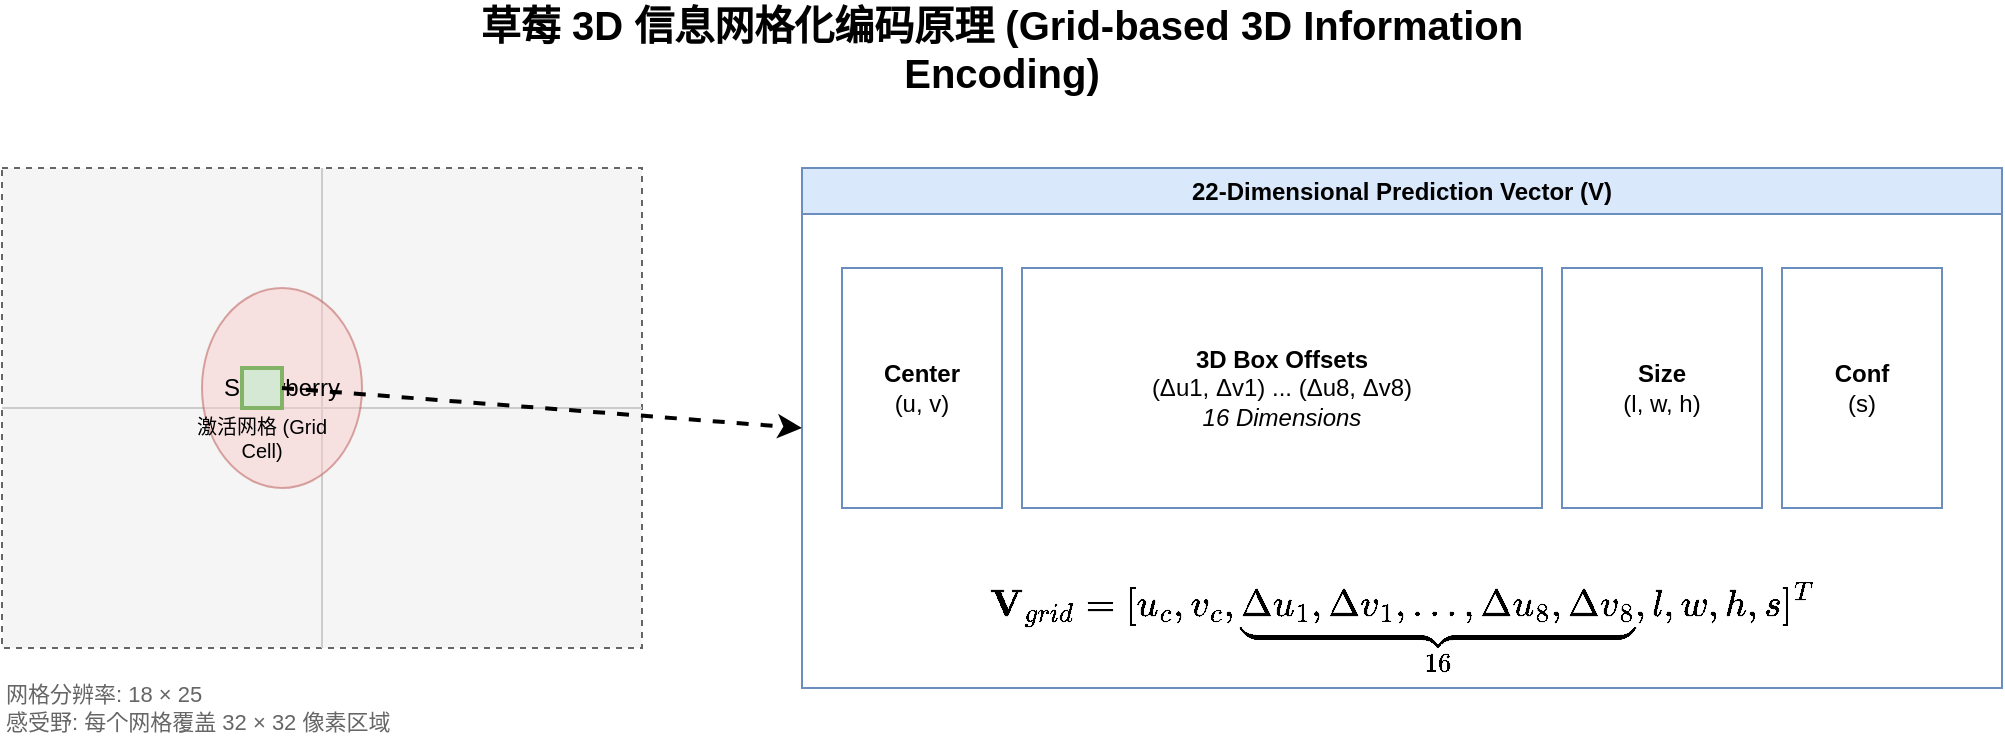
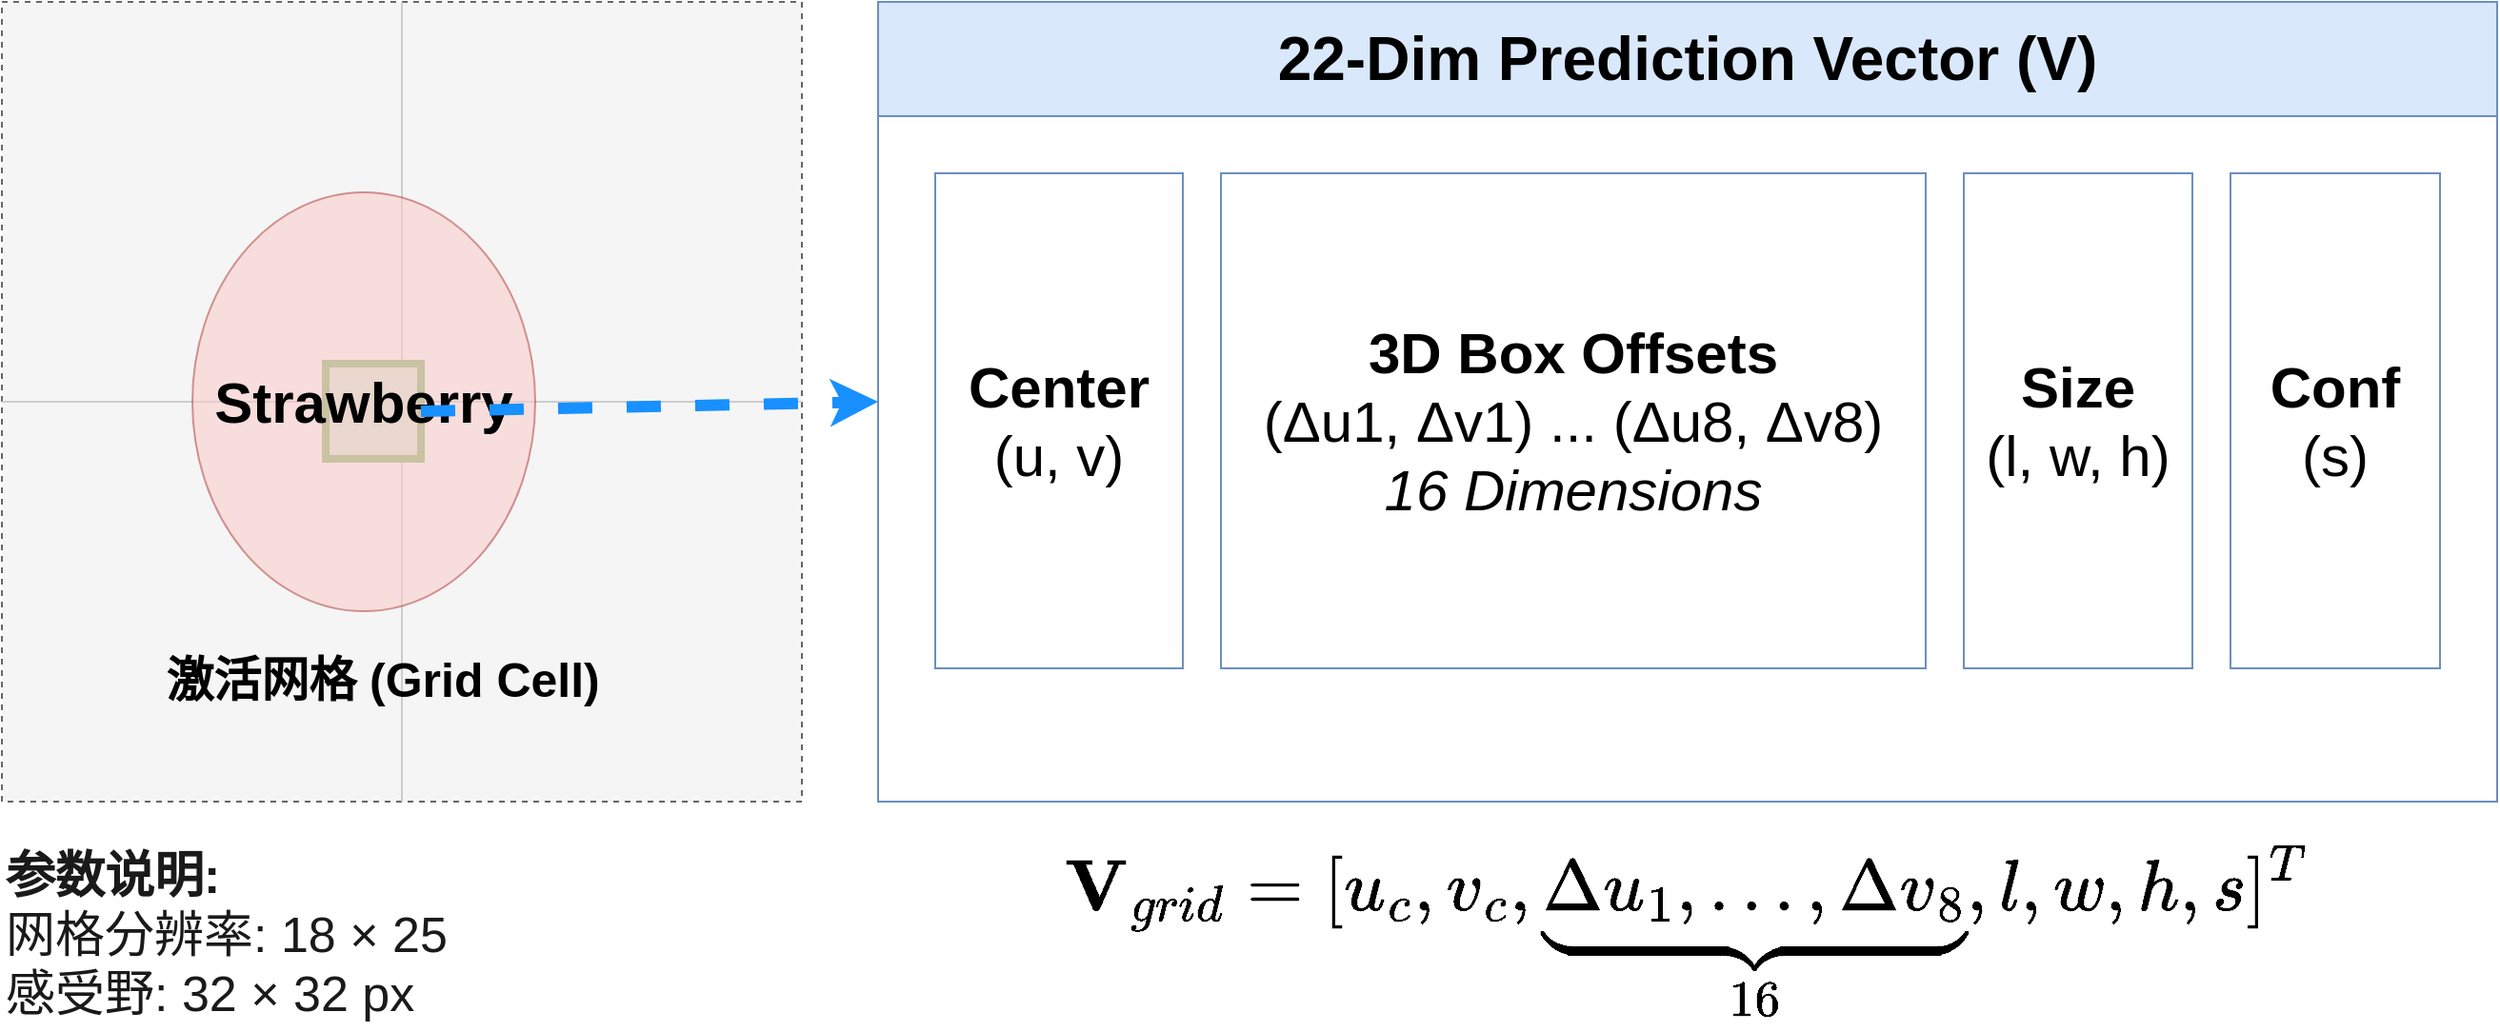
- <mxfile host="65bd71144e">
-     <diagram id="vector-encoding" name="Grid Encoding Logic">
-         <mxGraphModel dx="1422" dy="794" grid="1" gridSize="10" guides="1" tooltips="1" connect="1" arrows="1" fold="1" page="1" pageScale="1" pageWidth="1169" pageHeight="827" math="1" shadow="0">
-             <root>
-                 <mxCell id="0"/>
-                 <mxCell id="1" parent="0"/>
- 
-                 <mxCell id="vt" value="草莓 3D 信息网格化编码原理 (Grid-based 3D Information Encoding)" style="text;html=1;strokeColor=none;fillColor=none;align=center;verticalAlign=middle;whiteSpace=wrap;rounded=0;fontSize=20;fontStyle=1;" vertex="1" parent="1">
-                     <mxGeometry x="280" y="40" width="600" height="40" as="geometry"/>
-                 </mxCell>
- 
-                 <!-- Grid Illustration -->
-                 <mxCell id="grid-bg" value="" style="whiteSpace=wrap;html=1;aspect=fixed;fillColor=#f5f5f5;strokeColor=#666666;dashed=1;" vertex="1" parent="1">
-                     <mxGeometry x="80" y="120" width="320" height="240" as="geometry"/>
-                 </mxCell>
-                 <mxCell id="grid-line-h" value="" style="line;strokeWidth=1;fillColor=none;align=left;verticalAlign=middle;spacingLeft=20;spacingRight=20;strokeColor=#cccccc;direction=south" vertex="1" parent="1">
-                     <mxGeometry x="80" y="120" width="320" height="240" as="geometry"/>
-                 </mxCell>
-                 <mxCell id="grid-line-v" value="" style="line;strokeWidth=1;fillColor=none;align=left;verticalAlign=middle;spacingLeft=20;spacingRight=20;strokeColor=#cccccc;direction=east" vertex="1" parent="1">
-                     <mxGeometry x="80" y="120" width="320" height="240" as="geometry"/>
-                 </mxCell>
- 
-                 <mxCell id="strawberry" value="Strawberry" style="ellipse;whiteSpace=wrap;html=1;fillColor=#f8cecc;strokeColor=#b85450;opacity=50;" vertex="1" parent="1">
-                     <mxGeometry x="180" y="180" width="80" height="100" as="geometry"/>
-                 </mxCell>
- 
-                 <mxCell id="active-cell" value="" style="rounded=0;whiteSpace=wrap;html=1;fillColor=#d5e8d4;strokeColor=#82b366;strokeWidth=2;" vertex="1" parent="1">
-                     <mxGeometry x="200" y="220" width="20" height="20" as="geometry"/>
-                 </mxCell>
-                 <mxCell id="ann1" value="激活网格 (Grid Cell)" style="text;html=1;align=center;verticalAlign=middle;whiteSpace=wrap;rounded=0;fontSize=10;" vertex="1" parent="1">
-                     <mxGeometry x="170" y="245" width="80" height="20" as="geometry"/>
-                 </mxCell>
- 
-                 <!-- Vector Breakdown -->
-                 <mxCell id="vector-box" value="&lt;b&gt;22-Dimensional Prediction Vector (V)&lt;/b&gt;" style="swimlane;whiteSpace=wrap;html=1;fillColor=#dae8fc;strokeColor=#6c8ebf;" vertex="1" parent="1">
-                     <mxGeometry x="480" y="120" width="600" height="260" as="geometry"/>
-                 </mxCell>
- 
-                 <!-- Vector segments -->
-                 <mxCell id="v1" value="&lt;b&gt;Center&lt;/b&gt;&lt;br&gt;(u, v)" style="rounded=0;whiteSpace=wrap;html=1;fillColor=#ffffff;strokeColor=#6c8ebf;" vertex="1" parent="vector-box">
-                     <mxGeometry x="20" y="50" width="80" height="120" as="geometry"/>
-                 </mxCell>
-                 <mxCell id="v2" value="&lt;b&gt;3D Box Offsets&lt;/b&gt;&lt;br&gt;(Δu1, Δv1) ... (Δu8, Δv8)&lt;br&gt;&lt;i&gt;16 Dimensions&lt;/i&gt;" style="rounded=0;whiteSpace=wrap;html=1;fillColor=#ffffff;strokeColor=#6c8ebf;" vertex="1" parent="vector-box">
-                     <mxGeometry x="110" y="50" width="260" height="120" as="geometry"/>
-                 </mxCell>
-                 <mxCell id="v3" value="&lt;b&gt;Size&lt;/b&gt;&lt;br&gt;(l, w, h)" style="rounded=0;whiteSpace=wrap;html=1;fillColor=#ffffff;strokeColor=#6c8ebf;" vertex="1" parent="vector-box">
-                     <mxGeometry x="380" y="50" width="100" height="120" as="geometry"/>
-                 </mxCell>
-                 <mxCell id="v4" value="&lt;b&gt;Conf&lt;/b&gt;&lt;br&gt;(s)" style="rounded=0;whiteSpace=wrap;html=1;fillColor=#ffffff;strokeColor=#6c8ebf;" vertex="1" parent="vector-box">
-                     <mxGeometry x="490" y="50" width="80" height="120" as="geometry"/>
-                 </mxCell>
- 
-                 <mxCell id="conn" value="" style="endArrow=classic;html=1;exitX=1;exitY=0.5;exitDx=0;exitDy=0;entryX=0;entryY=0.5;entryDx=0;entryDy=0;strokeWidth=2;dashed=1;" edge="1" parent="1" source="active-cell" target="vector-box">
-                     <mxGeometry width="50" height="50" relative="1" as="geometry"/>
-                 </mxCell>
- 
-                 <!-- Formula -->
-                 <mxCell id="formula" value="$$ \mathbf{V}_{grid} = [u_c, v_c, \underbrace{\Delta u_1, \Delta v_1, \dots, \Delta u_8, \Delta v_8}_{16}, l, w, h, s]^T $$" style="text;html=1;align=center;verticalAlign=middle;whiteSpace=wrap;rounded=0;fontSize=16;" vertex="1" parent="1">
-                     <mxGeometry x="480" y="330" width="600" height="40" as="geometry"/>
-                 </mxCell>
- 
-                 <mxCell id="note" value="网格分辨率: 18 × 25&lt;br&gt;感受野: 每个网格覆盖 32 × 32 像素区域" style="text;html=1;strokeColor=none;fillColor=none;align=left;verticalAlign=middle;whiteSpace=wrap;rounded=0;fontSize=11;fontColor=#666666;" vertex="1" parent="1">
-                     <mxGeometry x="80" y="370" width="220" height="40" as="geometry"/>
-                 </mxCell>
-             </root>
-         </mxGraphModel>
-     </diagram>
- </mxfile>+ <mxfile host="Electron" agent="Mozilla/5.0 (Windows NT 10.0; Win64; x64) AppleWebKit/537.36 (KHTML, like Gecko) draw.io/26.0.16 Chrome/132.0.6834.196 Electron/34.2.0 Safari/537.36" version="26.0.16">
+   <diagram id="vector-encoding" name="Grid Encoding Logic">
+     <mxGraphModel dx="1421" dy="1009" grid="1" gridSize="10" guides="1" tooltips="1" connect="1" arrows="1" fold="1" page="1" pageScale="1" pageWidth="1350" pageHeight="750" math="1" shadow="0">
+       <root>
+         <mxCell id="0" />
+         <mxCell id="1" parent="0" />
+         <mxCell id="grid-bg" value="" style="whiteSpace=wrap;html=1;aspect=fixed;fillColor=#f5f5f5;strokeColor=#666666;dashed=1;" parent="1" vertex="1">
+           <mxGeometry x="20" y="50" width="420" height="420" as="geometry" />
+         </mxCell>
+         <mxCell id="grid-line-h" value="" style="line;strokeWidth=1;fillColor=none;align=left;verticalAlign=middle;spacingLeft=20;spacingRight=20;strokeColor=#cccccc;direction=south" parent="1" vertex="1">
+           <mxGeometry x="20" y="50" width="420" height="420" as="geometry" />
+         </mxCell>
+         <mxCell id="grid-line-v" value="" style="line;strokeWidth=1;fillColor=none;align=left;verticalAlign=middle;spacingLeft=20;spacingRight=20;strokeColor=#cccccc;direction=east" parent="1" vertex="1">
+           <mxGeometry x="20" y="50" width="420" height="420" as="geometry" />
+         </mxCell>
+         <mxCell id="active-cell" value="" style="rounded=0;whiteSpace=wrap;html=1;fillColor=#d5e8d4;strokeColor=#82b366;strokeWidth=4;" parent="1" vertex="1">
+           <mxGeometry x="190" y="240" width="50" height="50" as="geometry" />
+         </mxCell>
+         <mxCell id="strawberry" value="Strawberry" style="ellipse;whiteSpace=wrap;html=1;fillColor=#f8cecc;strokeColor=#b85450;opacity=60;fontSize=30;fontStyle=1;" parent="1" vertex="1">
+           <mxGeometry x="120" y="150" width="180" height="220" as="geometry" />
+         </mxCell>
+         <mxCell id="ann1" value="激活网格 (Grid Cell)" style="text;html=1;align=center;verticalAlign=middle;whiteSpace=wrap;rounded=0;fontSize=25;fontStyle=1;" parent="1" vertex="1">
+           <mxGeometry x="100" y="380" width="240" height="50" as="geometry" />
+         </mxCell>
+         <mxCell id="vector-box" value="22-Dim Prediction Vector (V)" style="swimlane;whiteSpace=wrap;html=1;fillColor=#dae8fc;strokeColor=#6c8ebf;fontSize=32;fontStyle=1;startSize=60;" parent="1" vertex="1">
+           <mxGeometry x="480" y="50" width="850" height="420" as="geometry" />
+         </mxCell>
+         <mxCell id="v1" value="&lt;b&gt;Center&lt;/b&gt;&lt;br&gt;(u, v)" style="rounded=0;whiteSpace=wrap;html=1;fillColor=#ffffff;strokeColor=#6c8ebf;fontSize=30;" parent="vector-box" vertex="1">
+           <mxGeometry x="30" y="90" width="130" height="260" as="geometry" />
+         </mxCell>
+         <mxCell id="v2" value="&lt;b&gt;3D Box Offsets&lt;/b&gt;&lt;br&gt;(Δu1, Δv1) ... (Δu8, Δv8)&lt;br&gt;&lt;i&gt;16 Dimensions&lt;/i&gt;" style="rounded=0;whiteSpace=wrap;html=1;fillColor=#ffffff;strokeColor=#6c8ebf;fontSize=30;" parent="vector-box" vertex="1">
+           <mxGeometry x="180" y="90" width="370" height="260" as="geometry" />
+         </mxCell>
+         <mxCell id="v3" value="&lt;b&gt;Size&lt;/b&gt;&lt;br&gt;(l, w, h)" style="rounded=0;whiteSpace=wrap;html=1;fillColor=#ffffff;strokeColor=#6c8ebf;fontSize=30;" parent="vector-box" vertex="1">
+           <mxGeometry x="570" y="90" width="120" height="260" as="geometry" />
+         </mxCell>
+         <mxCell id="v4" value="&lt;b&gt;Conf&lt;/b&gt;&lt;br&gt;(s)" style="rounded=0;whiteSpace=wrap;html=1;fillColor=#ffffff;strokeColor=#6c8ebf;fontSize=30;" parent="vector-box" vertex="1">
+           <mxGeometry x="710" y="90" width="110" height="260" as="geometry" />
+         </mxCell>
+         <mxCell id="conn" value="" style="endArrow=classic;html=1;exitX=1;exitY=0.5;exitDx=0;exitDy=0;entryX=0;entryY=0.5;entryDx=0;entryDy=0;strokeWidth=6;strokeColor=#1890ff;dashed=1;" parent="1" source="active-cell" target="vector-box" edge="1">
+           <mxGeometry width="50" height="50" relative="1" as="geometry" />
+         </mxCell>
+         <mxCell id="formula" value="$$ \mathbf{V}_{grid} = [u_c, v_c, \underbrace{\Delta u_1, \dots, \Delta v_8}_{16}, l, w, h, s]^T $$" style="text;html=1;align=center;verticalAlign=middle;whiteSpace=wrap;rounded=0;fontSize=32;fontStyle=1" parent="1" vertex="1">
+           <mxGeometry x="480" y="490" width="850" height="100" as="geometry" />
+         </mxCell>
+         <mxCell id="note" value="&lt;b&gt;参数说明:&lt;/b&gt;&lt;br&gt;网格分辨率: 18 × 25&lt;br&gt;感受野: 32 × 32 px" style="text;html=1;strokeColor=none;fillColor=none;align=left;verticalAlign=middle;whiteSpace=wrap;rounded=0;fontSize=26;fontColor=#1a1a1a;" parent="1" vertex="1">
+           <mxGeometry x="20" y="490" width="420" height="100" as="geometry" />
+         </mxCell>
+       </root>
+     </mxGraphModel>
+   </diagram>
+ </mxfile>
